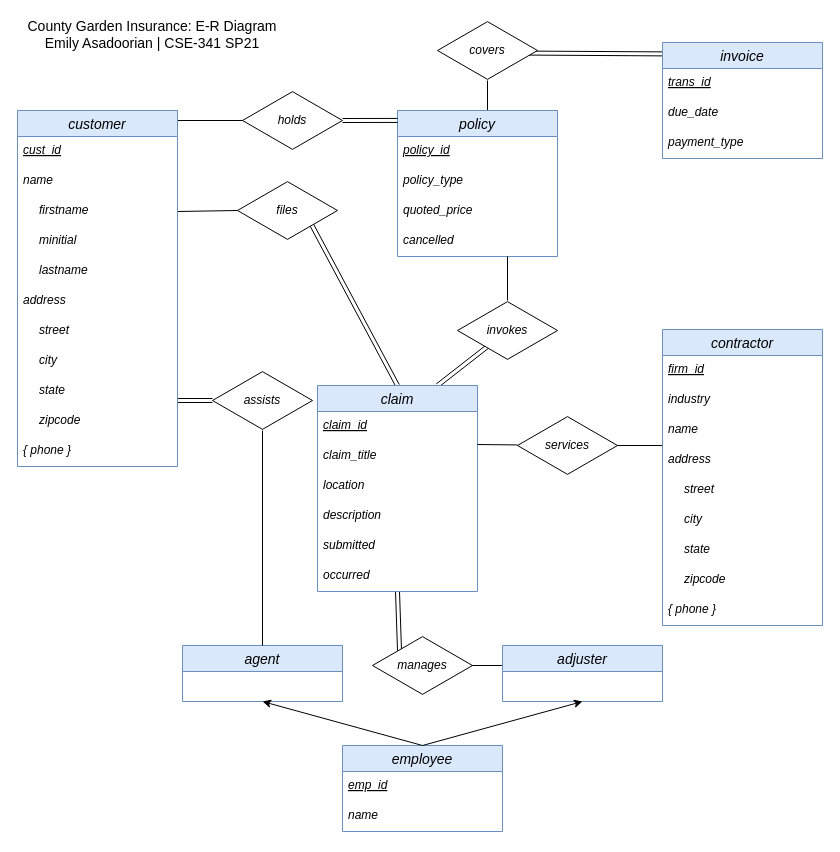
This is ER_Diagram/DrawIO/Asadoorian_ERD.drawio from ema323-lehigh/county-garden, a draw.io file, before an edit. Source tidied: cells renumbered, new cells numbered last; positions are measured from the earlier drawing's top-left corner, leaving out a move shared by most shapes. Both pictures are drawn from the tidied source at 100%, with x=0, y=0 at pixel (17, 20).
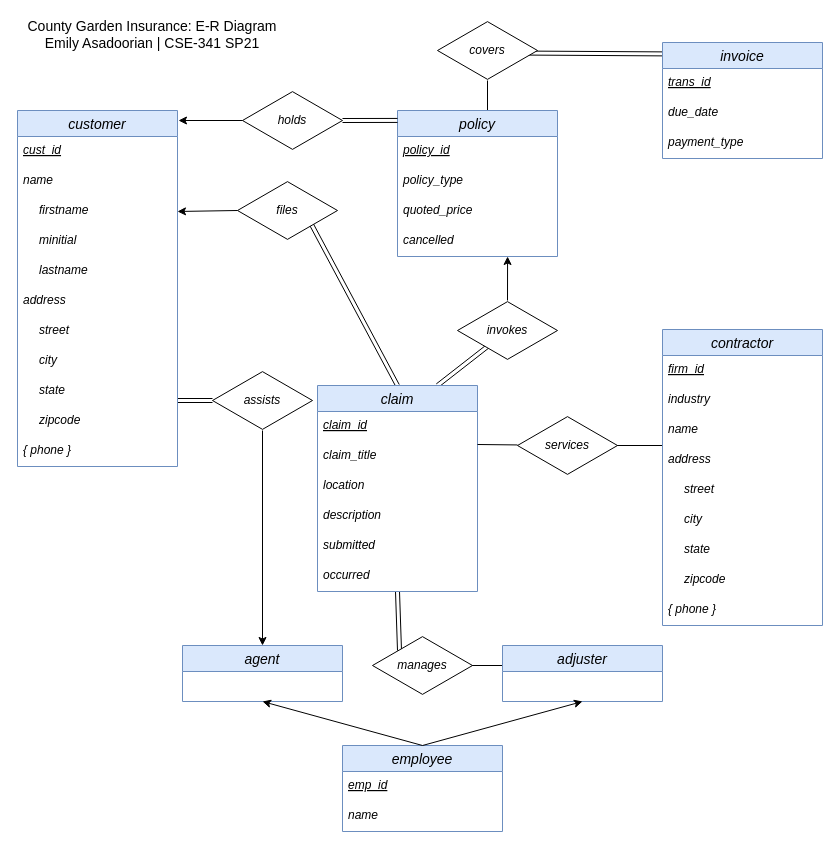
Above is the later version.

The change refers to these unchanged cells:
```xml
<mxCell id="10" value="agent" style="swimlane;fontStyle=2;horizontal=1;startSize=26;align=center;fontSize=14;fillColor=#dae8fc;strokeColor=#6c8ebf;" parent="1" vertex="1">
  <mxGeometry x="165" y="625" width="160" height="56" as="geometry" />
</mxCell>
<mxCell id="15" value="&lt;i&gt;assists&lt;/i&gt;" style="html=1;whiteSpace=wrap;shape=isoRectangle;" parent="1" vertex="1">
  <mxGeometry x="195" y="350" width="100" height="60" as="geometry" />
</mxCell>
<mxCell id="23" value="cancelled" style="text;strokeColor=none;fillColor=none;spacingLeft=4;spacingRight=4;overflow=hidden;points=[[0,0.5],[1,0.5]];portConstraint=eastwest;fontSize=12;fontStyle=2;" parent="19" vertex="1">
  <mxGeometry y="116" width="160" height="30" as="geometry" />
</mxCell>
<mxCell id="28" value="&lt;i&gt;holds&lt;/i&gt;" style="html=1;whiteSpace=wrap;shape=isoRectangle;" parent="1" vertex="1">
  <mxGeometry x="225" y="70" width="100" height="60" as="geometry" />
</mxCell>
<mxCell id="44" value="firstname" style="text;strokeColor=none;fillColor=none;spacingLeft=20;spacingRight=4;overflow=hidden;points=[[0,0.5],[1,0.5]];portConstraint=eastwest;fontSize=12;fontStyle=2;align=left;" parent="41" vertex="1">
  <mxGeometry y="86" width="160" height="30" as="geometry" />
</mxCell>
<mxCell id="66" value="&lt;i&gt;invokes&lt;/i&gt;" style="html=1;whiteSpace=wrap;shape=isoRectangle;" parent="1" vertex="1">
  <mxGeometry x="440" y="280" width="100" height="60" as="geometry" />
</mxCell>
```

What changed in the source:
```diff
@@
-    <mxCell id="18" style="endArrow=none;html=1;exitX=0.5;exitY=0;exitDx=0;exitDy=0;entryX=0.5;entryY=1;entryDx=0;entryDy=0;entryPerimeter=0;" parent="1" edge="1" source="10" target="15">
-      <mxGeometry relative="1" as="geometry" />
-    </mxCell>
@@
-    <mxCell id="38" style="endArrow=none;html=1;entryX=1;entryY=0.5;entryDx=0;entryDy=0;" parent="1" edge="1" target="44">
-      <mxGeometry relative="1" as="geometry">
-        <mxPoint x="220" y="190" as="sourcePoint" />
-      </mxGeometry>
-    </mxCell>
-    <mxCell id="39" style="endArrow=none;html=1;entryX=0;entryY=0.5;entryDx=0;entryDy=0;entryPerimeter=0;" parent="1" edge="1" target="28">
-      <mxGeometry relative="1" as="geometry">
-        <mxPoint x="150" y="100" as="sourcePoint" />
-      </mxGeometry>
-    </mxCell>
@@
-    <mxCell id="67" style="endArrow=none;html=1;exitX=0.5;exitY=0;exitDx=0;exitDy=0;exitPerimeter=0;" parent="1" edge="1" source="66">
-      <mxGeometry relative="1" as="geometry">
-        <mxPoint x="490" y="236" as="targetPoint" />
-      </mxGeometry>
-    </mxCell>
@@
+    <mxCell id="69" style="endArrow=classic;html=1;fontSize=14;exitX=0.5;exitY=1;exitDx=0;exitDy=0;exitPerimeter=0;entryX=0.5;entryY=0;entryDx=0;entryDy=0;" parent="1" edge="1" source="15" target="10">
+      <mxGeometry relative="1" as="geometry" />
+    </mxCell>
+    <mxCell id="70" style="endArrow=classic;html=1;fontSize=14;exitX=0.5;exitY=0;exitDx=0;exitDy=0;exitPerimeter=0;entryX=0.688;entryY=1;entryDx=0;entryDy=0;entryPerimeter=0;" parent="1" edge="1" source="66" target="23">
+      <mxGeometry relative="1" as="geometry" />
+    </mxCell>
+    <mxCell id="71" style="endArrow=classic;html=1;fontSize=14;" parent="1" edge="1">
+      <mxGeometry relative="1" as="geometry">
+        <mxPoint x="225" y="100" as="sourcePoint" />
+        <mxPoint x="161" y="100" as="targetPoint" />
+      </mxGeometry>
+    </mxCell>
+    <mxCell id="72" style="endArrow=classic;html=1;fontSize=14;" parent="1" edge="1">
+      <mxGeometry relative="1" as="geometry">
+        <mxPoint x="220" y="190" as="sourcePoint" />
+        <mxPoint x="160" y="191" as="targetPoint" />
+      </mxGeometry>
+    </mxCell>
```
